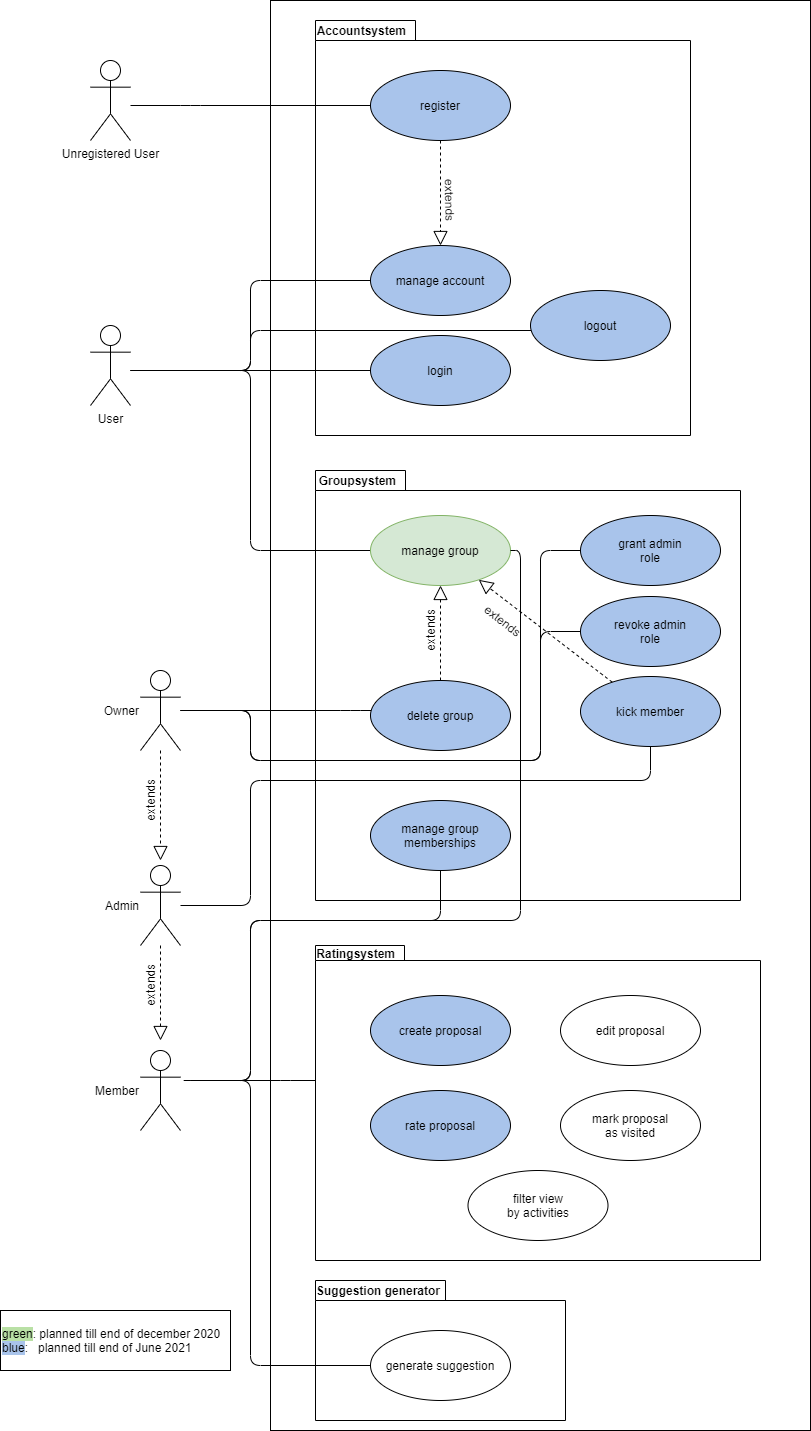
This is PlaceToBeer UCD.png from placetobeer/documentation, a draw.io export, as it was before one commit. Source tidied: cells renumbered, new cells last; positions are measured from the earlier drawing's top-left corner, leaving out a move shared by most shapes.
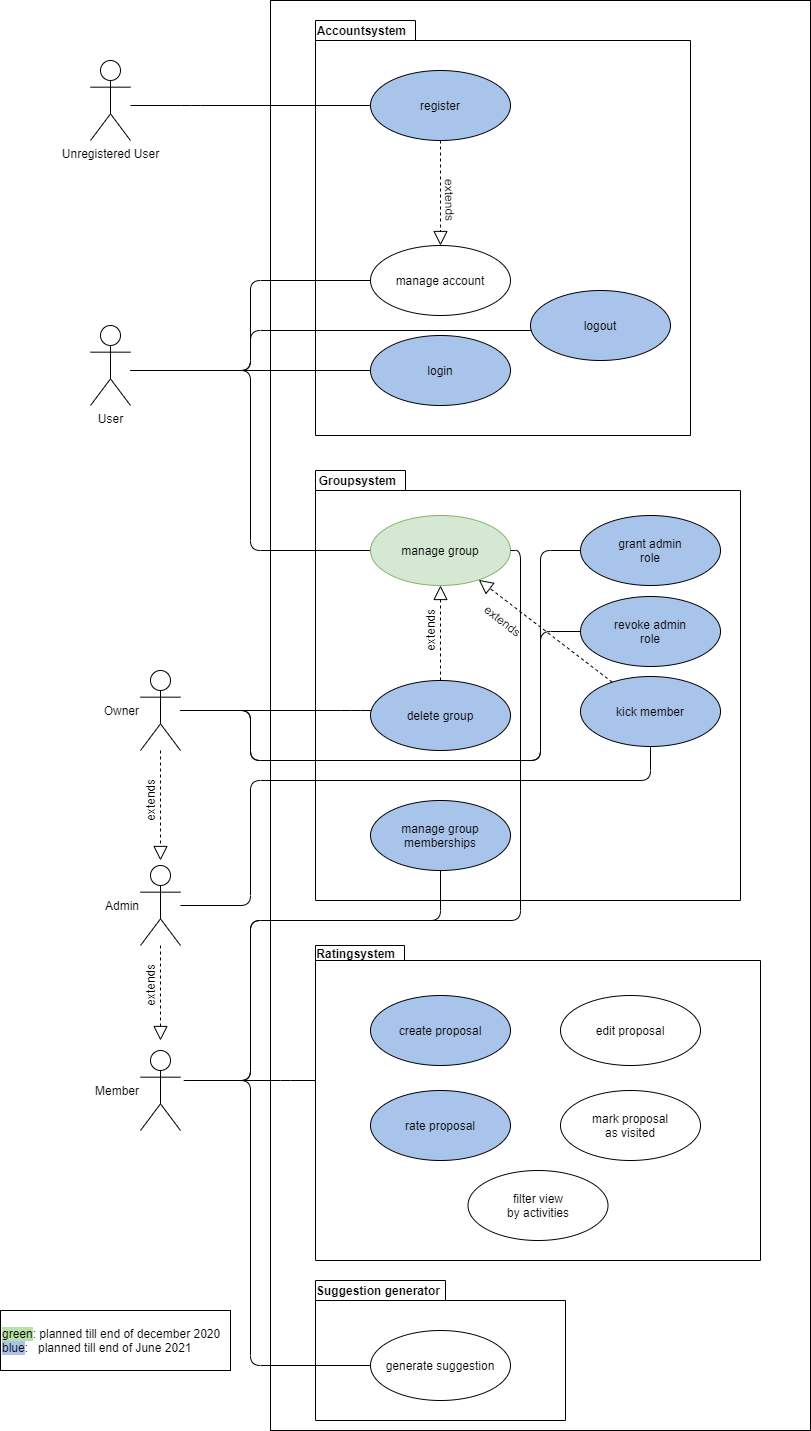
The same file after the commit.

Commit message:
refactored scope

Diff of the diagram source:
```diff
@@ -108,7 +108,7 @@
         <mxPoint x="130" y="370" as="sourcePoint" />
       </mxGeometry>
     </mxCell>
-    <mxCell id="29" value="manage account" style="ellipse;whiteSpace=wrap;html=1;fillColor=#A9C4EB;" parent="1" vertex="1">
+    <mxCell id="29" value="manage account" style="ellipse;whiteSpace=wrap;html=1;" parent="1" vertex="1">
       <mxGeometry x="370" y="245" width="140" height="70" as="geometry" />
     </mxCell>
     <mxCell id="30" style="endArrow=none;html=1;edgeStyle=orthogonalEdgeStyle;" parent="1" edge="1" target="27">
```
